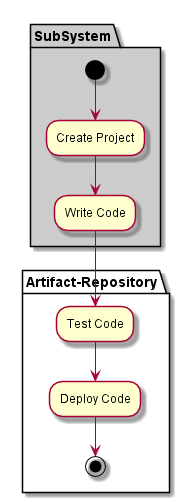
The PlantUML diagram docs/Solution/Artifact-Repository/Process.png in CAADE/C3, before a commit. Source of this version:
```plantuml
@startuml

partition "Artifact-Repository" {

}

partition SubSystem  #cccccc {
  (*) --> "Create Project"
  --> "Write Code"
}

partition "Artifact-Repository" {
  "Write Code" --> "Test Code"
  "Test Code" --> "Deploy Code"
  "Deploy Code" --> (*)
}

@enduml
```
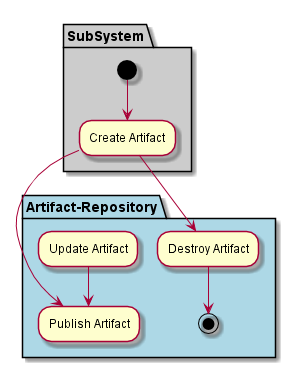
Above is the later version.

Change to the diagram source:
```diff
@@ -5,14 +5,14 @@
 }
 
 partition SubSystem  #cccccc {
-  (*) --> "Create Project"
-  --> "Write Code"
+  (*) --> "Create Artifact"
 }
 
-partition "Artifact-Repository" {
-  "Write Code" --> "Test Code"
-  "Test Code" --> "Deploy Code"
-  "Deploy Code" --> (*)
+partition "Artifact-Repository" #lightblue {
+  "Create Artifact" --> "Publish Artifact"
+  "Update Artifact" --> "Publish Artifact"
+  "Create Artifact" --> "Destroy Artifact"
+  "Destroy Artifact" --> (*)
 }
 
 @enduml
```
